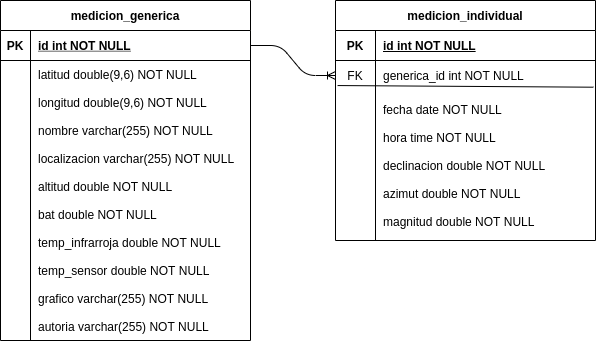
Above: documentacion/fotos/Esquema Tablas.png in pcerezo/tfgApp (draw.io), before the change. Source tidied: cells renumbered, new cells last; positions are measured from the earlier drawing's top-left corner, leaving out a move shared by most shapes.
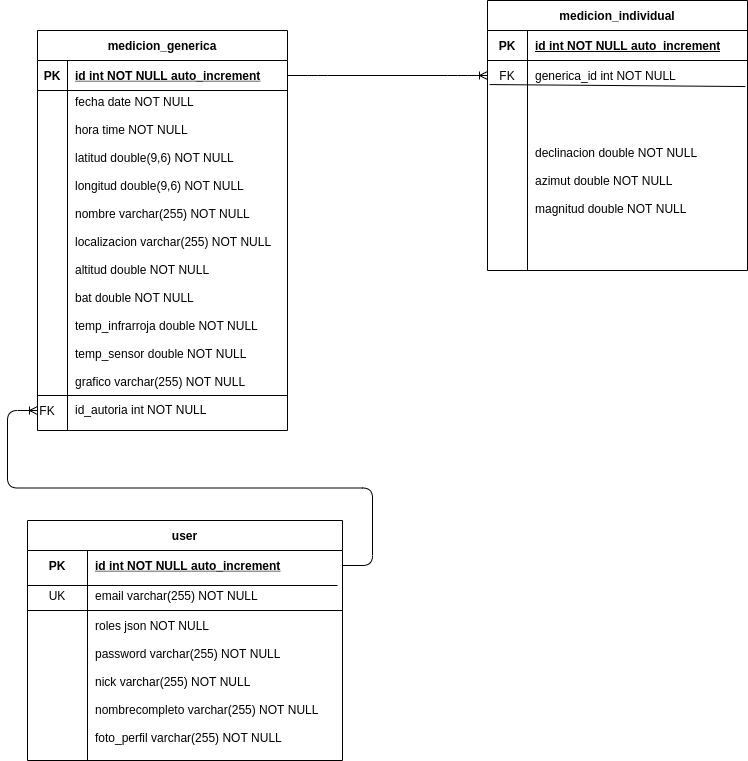
Later version of the same file.

What changed in the source:
```diff
@@ -3,7 +3,7 @@
     <mxCell id="0" />
     <mxCell id="1" parent="0" />
     <mxCell id="2" value="medicion_generica" style="shape=table;startSize=30;rowLines=0;fontStyle=1;align=center;" parent="1" vertex="1">
-      <mxGeometry width="250" height="340" as="geometry" />
+      <mxGeometry x="-20" y="30" width="250" height="400" as="geometry" />
     </mxCell>
     <mxCell id="3" style="shape=partialRectangle;fillColor=none;points=[[0,0.5],[1,0.5]];portConstraint=eastwest;top=0;left=0;right=0;bottom=1;" parent="2" vertex="1">
       <mxGeometry y="30" width="250" height="30" as="geometry" />
@@ -11,20 +11,20 @@
     <mxCell id="4" value="PK" style="shape=partialRectangle;overflow=hidden;fillColor=none;top=0;left=0;bottom=0;right=0;fontStyle=1;" parent="3" vertex="1">
       <mxGeometry width="30" height="30" as="geometry" />
     </mxCell>
-    <mxCell id="5" value="id int NOT NULL " style="shape=partialRectangle;overflow=hidden;fillColor=none;top=0;left=0;bottom=0;right=0;align=left;spacingLeft=6;fontStyle=5;" parent="3" vertex="1">
+    <mxCell id="5" value="id int NOT NULL auto_increment" style="shape=partialRectangle;overflow=hidden;fillColor=none;top=0;left=0;bottom=0;right=0;align=left;spacingLeft=6;fontStyle=5;" parent="3" vertex="1">
       <mxGeometry x="30" width="220" height="30" as="geometry" />
     </mxCell>
     <mxCell id="6" style="shape=partialRectangle;fillColor=none;top=0;left=0;right=0;bottom=0;" parent="2" vertex="1">
-      <mxGeometry y="60" width="250" height="280" as="geometry" />
+      <mxGeometry y="60" width="250" height="330" as="geometry" />
     </mxCell>
     <mxCell id="7" style="shape=partialRectangle;overflow=hidden;fillColor=none;top=0;left=0;bottom=0;right=0;" parent="6" vertex="1">
-      <mxGeometry width="30" height="280" as="geometry" />
+      <mxGeometry width="30" height="330" as="geometry" />
     </mxCell>
-    <mxCell id="8" value="latitud double(9,6) NOT NULL&#10;&#10;longitud double(9,6) NOT NULL&#10;&#10;nombre varchar(255) NOT NULL&#10;&#10;localizacion varchar(255) NOT NULL&#10;&#10;altitud double NOT NULL&#10;&#10;bat double NOT NULL&#10;&#10;temp_infrarroja double NOT NULL&#10;&#10;temp_sensor double NOT NULL&#10;&#10;grafico varchar(255) NOT NULL&#10;&#10;autoria varchar(255) NOT NULL" style="shape=partialRectangle;overflow=hidden;fillColor=none;top=0;left=0;bottom=0;right=0;align=left;spacingLeft=6;" parent="6" vertex="1">
-      <mxGeometry x="30" width="220" height="280" as="geometry" />
+    <mxCell id="8" value="fecha date NOT NULL&#10;&#10;hora time NOT NULL&#10;&#10;latitud double(9,6) NOT NULL&#10;&#10;longitud double(9,6) NOT NULL&#10;&#10;nombre varchar(255) NOT NULL&#10;&#10;localizacion varchar(255) NOT NULL&#10;&#10;altitud double NOT NULL&#10;&#10;bat double NOT NULL&#10;&#10;temp_infrarroja double NOT NULL&#10;&#10;temp_sensor double NOT NULL&#10;&#10;grafico varchar(255) NOT NULL&#10;&#10;id_autoria int NOT NULL" style="shape=partialRectangle;overflow=hidden;fillColor=none;top=0;left=0;bottom=0;right=0;align=left;spacingLeft=6;" parent="6" vertex="1">
+      <mxGeometry x="30" width="220" height="330" as="geometry" />
     </mxCell>
     <mxCell id="9" value="medicion_individual" style="shape=table;startSize=30;rowLines=0;fontStyle=1;align=center;" parent="1" vertex="1">
-      <mxGeometry x="335" width="260" height="240" as="geometry" />
+      <mxGeometry x="430" width="260" height="270" as="geometry" />
     </mxCell>
     <mxCell id="10" style="shape=partialRectangle;html=1;whiteSpace=wrap;fillColor=none;top=0;left=0;bottom=1;right=0;" parent="9" vertex="1">
       <mxGeometry y="30" width="260" height="30" as="geometry" />
@@ -32,7 +32,7 @@
     <mxCell id="11" value="&lt;b&gt;PK&lt;/b&gt;" style="shape=partialRectangle;html=1;whiteSpace=wrap;fillColor=none;top=0;left=0;bottom=0;right=0;overflow=hidden;" parent="10" vertex="1">
       <mxGeometry width="40" height="30" as="geometry" />
     </mxCell>
-    <mxCell id="12" value="&lt;b&gt;&lt;u&gt;id int NOT NULL&lt;/u&gt;&lt;/b&gt;" style="shape=partialRectangle;html=1;whiteSpace=wrap;fillColor=none;top=0;left=0;bottom=0;right=0;align=left;spacingLeft=6;overflow=hidden;" parent="10" vertex="1">
+    <mxCell id="12" value="&lt;b&gt;&lt;u&gt;id int NOT NULL auto_increment&lt;/u&gt;&lt;/b&gt;" style="shape=partialRectangle;html=1;whiteSpace=wrap;fillColor=none;top=0;left=0;bottom=0;right=0;align=left;spacingLeft=6;overflow=hidden;" parent="10" vertex="1">
       <mxGeometry x="40" width="220" height="30" as="geometry" />
     </mxCell>
     <mxCell id="13" style="shape=partialRectangle;html=1;whiteSpace=wrap;fillColor=none;top=0;left=0;bottom=0;right=0;points=[[0,0.5],[1,0.5]];portConstraint=eastwest;" parent="9" vertex="1">
@@ -44,20 +44,73 @@
     <mxCell id="15" value="generica_id int NOT NULL" style="shape=partialRectangle;html=1;whiteSpace=wrap;fillColor=none;top=0;left=0;bottom=0;right=0;align=left;spacingLeft=6;overflow=hidden;" parent="13" vertex="1">
       <mxGeometry x="40" width="220" height="30" as="geometry" />
     </mxCell>
+    <mxCell id="19" style="endArrow=none;html=1;entryX=0.992;entryY=-0.022;entryDx=0;entryDy=0;entryPerimeter=0;exitX=0.008;exitY=-0.033;exitDx=0;exitDy=0;exitPerimeter=0;" parent="9" edge="1" source="16" target="16">
+      <mxGeometry relative="1" as="geometry" />
+    </mxCell>
     <mxCell id="16" style="shape=partialRectangle;html=1;whiteSpace=wrap;fillColor=none;top=0;left=0;bottom=0;right=0;points=[[0,0.5],[1,0.5]];portConstraint=eastwest;" parent="9" vertex="1">
-      <mxGeometry y="90" width="260" height="150" as="geometry" />
+      <mxGeometry y="90" width="260" height="180" as="geometry" />
     </mxCell>
     <mxCell id="17" style="shape=partialRectangle;html=1;whiteSpace=wrap;fillColor=none;top=0;left=0;bottom=0;right=0;overflow=hidden;" parent="16" vertex="1">
-      <mxGeometry width="40" height="150" as="geometry" />
+      <mxGeometry width="40" height="180" as="geometry" />
     </mxCell>
-    <mxCell id="18" value="&lt;span&gt;fecha date NOT NULL&lt;/span&gt;&lt;br style=&quot;padding: 0px ; margin: 0px&quot;&gt;&lt;br style=&quot;padding: 0px ; margin: 0px&quot;&gt;&lt;span&gt;hora time NOT NULL&lt;br&gt;&lt;/span&gt;&lt;br&gt;declinacion double NOT NULL&lt;br&gt;&lt;br&gt;azimut double NOT NULL&lt;br&gt;&lt;br&gt;magnitud double NOT NULL" style="shape=partialRectangle;html=1;whiteSpace=wrap;fillColor=none;top=0;left=0;bottom=0;right=0;align=left;spacingLeft=6;overflow=hidden;" parent="16" vertex="1">
-      <mxGeometry x="40" width="220" height="150" as="geometry" />
+    <mxCell id="18" value="declinacion double NOT NULL&lt;br&gt;&lt;br&gt;azimut double NOT NULL&lt;br&gt;&lt;br&gt;magnitud double NOT NULL" style="shape=partialRectangle;html=1;whiteSpace=wrap;fillColor=none;top=0;left=0;bottom=0;right=0;align=left;spacingLeft=6;overflow=hidden;" parent="16" vertex="1">
+      <mxGeometry x="40" width="220" height="180" as="geometry" />
     </mxCell>
-    <mxCell id="19" style="endArrow=none;html=1;entryX=0.992;entryY=-0.022;entryDx=0;entryDy=0;entryPerimeter=0;exitX=0.008;exitY=-0.033;exitDx=0;exitDy=0;exitPerimeter=0;" parent="9" edge="1" source="16" target="16">
-      <mxGeometry relative="1" as="geometry" />
-    </mxCell>
     <mxCell id="20" style="edgeStyle=entityRelationEdgeStyle;fontSize=12;html=1;endArrow=ERoneToMany;entryX=0;entryY=0.5;entryDx=0;entryDy=0;exitX=1;exitY=0.5;exitDx=0;exitDy=0;" parent="1" edge="1" source="3" target="13">
       <mxGeometry relative="1" as="geometry" />
     </mxCell>
+    <mxCell id="21" value="user" style="shape=table;startSize=30;rowLines=0;fontStyle=1;align=center;" parent="1" vertex="1">
+      <mxGeometry x="-30" y="520" width="315" height="240" as="geometry" />
+    </mxCell>
+    <mxCell id="22" style="shape=partialRectangle;fillColor=none;top=0;left=0;bottom=0;right=0;points=[[0,0.5],[1,0.5]];portConstraint=eastwest;" parent="21" vertex="1">
+      <mxGeometry y="30" width="315" height="30" as="geometry" />
+    </mxCell>
+    <mxCell id="23" value="PK" style="shape=partialRectangle;fillColor=none;top=0;left=0;bottom=0;right=0;fontStyle=1;overflow=hidden;" parent="22" vertex="1">
+      <mxGeometry width="60" height="30" as="geometry" />
+    </mxCell>
+    <mxCell id="24" value="id int NOT NULL auto_increment" style="shape=partialRectangle;fillColor=none;top=0;left=0;bottom=0;right=0;align=left;spacingLeft=6;fontStyle=5;overflow=hidden;" parent="22" vertex="1">
+      <mxGeometry x="60" width="255" height="30" as="geometry" />
+    </mxCell>
+    <mxCell id="25" style="shape=partialRectangle;fillColor=none;top=0;left=0;bottom=1;right=0;" parent="21" vertex="1">
+      <mxGeometry y="60" width="315" height="30" as="geometry" />
+    </mxCell>
+    <mxCell id="26" value="UK" style="shape=partialRectangle;fillColor=none;top=0;left=0;bottom=0;right=0;fontStyle=0;overflow=hidden;" parent="25" vertex="1">
+      <mxGeometry width="60" height="30" as="geometry" />
+    </mxCell>
+    <mxCell id="27" value="email varchar(255) NOT NULL" style="shape=partialRectangle;fillColor=none;top=0;left=0;bottom=0;right=0;align=left;spacingLeft=6;fontStyle=0;overflow=hidden;" parent="25" vertex="1">
+      <mxGeometry x="60" width="255" height="30" as="geometry" />
+    </mxCell>
+    <mxCell id="28" style="shape=partialRectangle;fillColor=none;top=0;left=0;bottom=0;right=0;" parent="21" vertex="1">
+      <mxGeometry y="90" width="315" height="30" as="geometry" />
+    </mxCell>
+    <mxCell id="29" style="shape=partialRectangle;fillColor=none;top=0;left=0;bottom=0;right=0;overflow=hidden;" parent="28" vertex="1">
+      <mxGeometry width="60" height="30" as="geometry" />
+    </mxCell>
+    <mxCell id="30" value="roles json NOT NULL" style="shape=partialRectangle;fillColor=none;top=0;left=0;bottom=0;right=0;align=left;spacingLeft=6;overflow=hidden;" parent="28" vertex="1">
+      <mxGeometry x="60" width="255" height="30" as="geometry" />
+    </mxCell>
+    <mxCell id="31" style="shape=partialRectangle;fillColor=none;top=0;left=0;bottom=0;right=0;" parent="21" vertex="1">
+      <mxGeometry y="120" width="315" height="110" as="geometry" />
+    </mxCell>
+    <mxCell id="32" style="shape=partialRectangle;fillColor=none;top=0;left=0;bottom=0;right=0;overflow=hidden;" parent="31" vertex="1">
+      <mxGeometry width="60" height="110" as="geometry" />
+    </mxCell>
+    <mxCell id="33" value="password varchar(255) NOT NULL&#10;&#10;nick varchar(255) NOT NULL&#10;&#10;nombrecompleto varchar(255) NOT NULL&#10;&#10;foto_perfil varchar(255) NOT NULL" style="shape=partialRectangle;fillColor=none;top=0;left=0;bottom=0;right=0;align=left;spacingLeft=6;overflow=hidden;" parent="31" vertex="1">
+      <mxGeometry x="60" width="255" height="110" as="geometry" />
+    </mxCell>
+    <mxCell id="34" style="line;strokeWidth=1;dashed=0;labelPosition=right;align=left;verticalAlign=middle;spacingTop=0;spacingLeft=6;" parent="1" vertex="1">
+      <mxGeometry x="-30" y="580" width="310" height="10" as="geometry" />
+    </mxCell>
+    <mxCell id="35" value="FK" style="text;html=1;strokeColor=none;fillColor=none;align=center;verticalAlign=middle;whiteSpace=wrap;rounded=0;" parent="1" vertex="1">
+      <mxGeometry x="-30" y="400" width="40" height="20" as="geometry" />
+    </mxCell>
+    <mxCell id="36" style="line;strokeWidth=1;dashed=0;labelPosition=right;align=left;verticalAlign=middle;spacingTop=0;spacingLeft=6;" parent="1" vertex="1">
+      <mxGeometry x="-20" y="390" width="250" height="10" as="geometry" />
+    </mxCell>
+    <mxCell id="37" style="edgeStyle=entityRelationEdgeStyle;fontSize=12;html=1;endArrow=ERoneToMany;exitX=1;exitY=0.5;exitDx=0;exitDy=0;" parent="1" edge="1" source="22">
+      <mxGeometry relative="1" as="geometry">
+        <mxPoint x="-20" y="410" as="targetPoint" />
+      </mxGeometry>
+    </mxCell>
   </root>
 </mxGraphModel>
```
